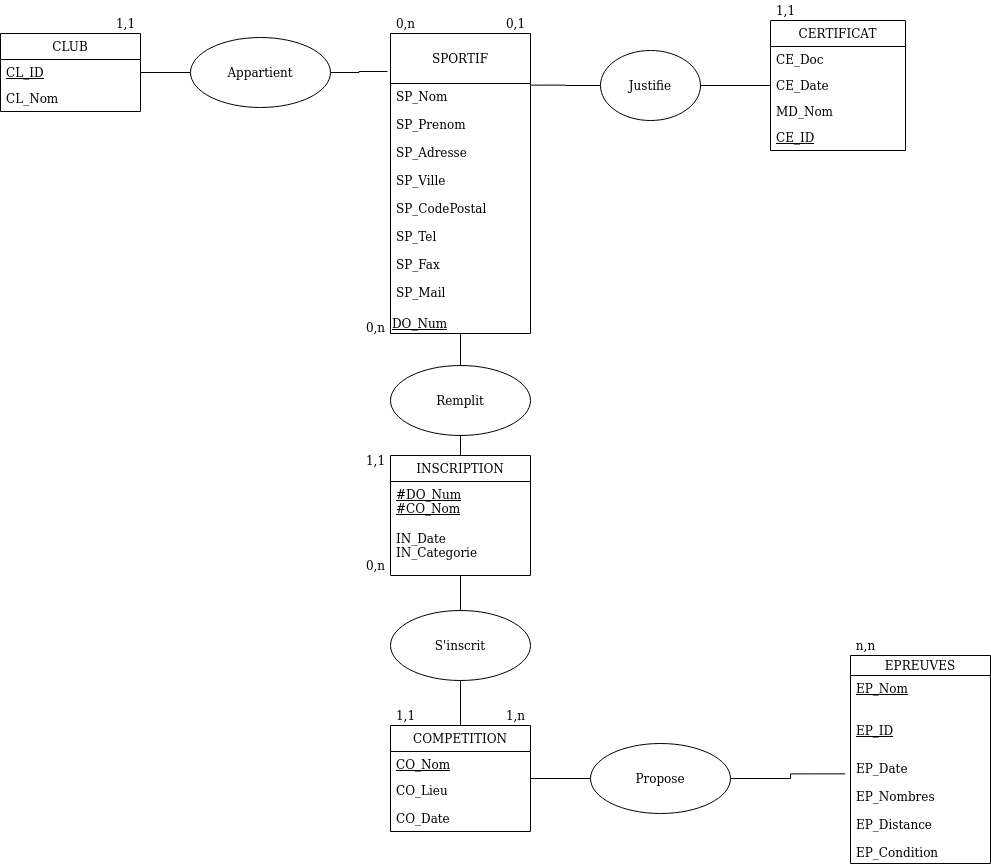
Earlier version of the draw.io export Exercice Federation de sport.png (cancianHadrien/SimplonExercice). Source tidied: cells renumbered, new cells last; positions are measured from the earlier drawing's top-left corner, leaving out a move shared by most shapes. Source of this version:
```xml
<mxGraphModel>
  <root>
    <mxCell id="0" />
    <mxCell id="1" parent="0" />
    <mxCell id="2" style="edgeStyle=orthogonalEdgeStyle;jettySize=auto;html=1;entryX=0.5;entryY=0;entryDx=0;entryDy=0;rounded=0;endArrow=none;endFill=0;" parent="1" edge="1" source="29" target="23">
      <mxGeometry relative="1" as="geometry" />
    </mxCell>
    <mxCell id="3" value="1,1" style="text;html=1;align=center;verticalAlign=middle;" parent="1" vertex="1">
      <mxGeometry x="110" y="13" width="30" height="20" as="geometry" />
    </mxCell>
    <mxCell id="4" value="0,n" style="text;html=1;align=center;verticalAlign=middle;" parent="1" vertex="1">
      <mxGeometry x="390" y="13" width="30" height="20" as="geometry" />
    </mxCell>
    <mxCell id="5" value="0,1" style="text;html=1;align=center;verticalAlign=middle;" parent="1" vertex="1">
      <mxGeometry x="500" y="13" width="30" height="20" as="geometry" />
    </mxCell>
    <mxCell id="6" value="1,1" style="text;html=1;align=center;verticalAlign=middle;" parent="1" vertex="1">
      <mxGeometry x="770" width="30" height="20" as="geometry" />
    </mxCell>
    <mxCell id="7" style="edgeStyle=orthogonalEdgeStyle;rounded=0;jettySize=auto;html=1;entryX=0.5;entryY=0;entryDx=0;entryDy=0;endArrow=none;endFill=0;strokeColor=#000000;" parent="1" edge="1" source="42" target="26">
      <mxGeometry relative="1" as="geometry" />
    </mxCell>
    <mxCell id="8" value="0,n" style="text;html=1;align=center;verticalAlign=middle;" parent="1" vertex="1">
      <mxGeometry x="360" y="317" width="30" height="20" as="geometry" />
    </mxCell>
    <mxCell id="9" value="1,1" style="text;html=1;align=center;verticalAlign=middle;" parent="1" vertex="1">
      <mxGeometry x="360" y="449.5" width="30" height="20" as="geometry" />
    </mxCell>
    <mxCell id="10" value="0,n" style="text;html=1;align=center;verticalAlign=middle;" parent="1" vertex="1">
      <mxGeometry x="360" y="555" width="30" height="20" as="geometry" />
    </mxCell>
    <mxCell id="11" value="1,1" style="text;html=1;align=center;verticalAlign=middle;" parent="1" vertex="1">
      <mxGeometry x="390" y="705" width="30" height="20" as="geometry" />
    </mxCell>
    <mxCell id="12" value="1,n" style="text;html=1;align=center;verticalAlign=middle;" parent="1" vertex="1">
      <mxGeometry x="500" y="705" width="30" height="20" as="geometry" />
    </mxCell>
    <mxCell id="13" value="n,n" style="text;html=1;align=center;verticalAlign=middle;" parent="1" vertex="1">
      <mxGeometry x="850" y="635" width="30" height="20" as="geometry" />
    </mxCell>
    <mxCell id="14" style="edgeStyle=orthogonalEdgeStyle;rounded=0;jettySize=auto;html=1;endArrow=none;endFill=0;strokeColor=#000000;" parent="1" edge="1" source="15">
      <mxGeometry relative="1" as="geometry">
        <mxPoint x="387" y="71" as="targetPoint" />
      </mxGeometry>
    </mxCell>
    <mxCell id="15" value="Appartient" style="ellipse;whiteSpace=wrap;html=1;" parent="1" vertex="1">
      <mxGeometry x="190" y="37" width="140" height="70" as="geometry" />
    </mxCell>
    <mxCell id="16" style="edgeStyle=orthogonalEdgeStyle;rounded=0;jettySize=auto;html=1;entryX=0;entryY=0.5;entryDx=0;entryDy=0;endArrow=none;endFill=0;strokeColor=#000000;" parent="1" edge="1" source="17" target="15">
      <mxGeometry relative="1" as="geometry" />
    </mxCell>
    <mxCell id="17" value="CLUB" style="swimlane;fontStyle=0;horizontal=1;startSize=26;fillColor=none;" parent="1" vertex="1">
      <mxGeometry y="33" width="140" height="78" as="geometry" />
    </mxCell>
    <mxCell id="18" style="edgeStyle=orthogonalEdgeStyle;rounded=0;jettySize=auto;html=1;exitX=1;exitY=0.5;exitDx=0;exitDy=0;entryX=1;entryY=0.5;entryDx=0;entryDy=0;endArrow=none;endFill=0;strokeColor=#000000;" parent="17" edge="1" source="19" target="17">
      <mxGeometry relative="1" as="geometry" />
    </mxCell>
    <mxCell id="19" value="CL_ID" style="text;strokeColor=none;fillColor=none;align=left;verticalAlign=top;spacingLeft=4;spacingRight=4;overflow=hidden;points=[[0,0.5],[1,0.5]];portConstraint=eastwest;fontStyle=4;" parent="17" vertex="1">
      <mxGeometry y="26" width="140" height="26" as="geometry" />
    </mxCell>
    <mxCell id="20" value="CL_Nom" style="text;strokeColor=none;fillColor=none;align=left;verticalAlign=top;spacingLeft=4;spacingRight=4;overflow=hidden;" parent="17" vertex="1">
      <mxGeometry y="52" width="140" height="26" as="geometry" />
    </mxCell>
    <mxCell id="21" style="edgeStyle=orthogonalEdgeStyle;rounded=0;jettySize=auto;html=1;entryX=1.005;entryY=0.007;entryDx=0;entryDy=0;entryPerimeter=0;endArrow=none;endFill=0;strokeColor=#000000;" parent="1" edge="1" source="22" target="36">
      <mxGeometry relative="1" as="geometry" />
    </mxCell>
    <mxCell id="22" value="Justifie" style="ellipse;whiteSpace=wrap;html=1;" parent="1" vertex="1">
      <mxGeometry x="600" y="50" width="100" height="70" as="geometry" />
    </mxCell>
    <mxCell id="23" value="INSCRIPTION" style="swimlane;fontStyle=0;horizontal=1;startSize=26;fillColor=none;" parent="1" vertex="1">
      <mxGeometry x="390" y="455" width="140" height="120" as="geometry" />
    </mxCell>
    <mxCell id="24" value="#DO_Num&#10;#CO_Nom" style="text;strokeColor=none;fillColor=none;align=left;verticalAlign=top;spacingLeft=4;spacingRight=4;overflow=hidden;fontStyle=4;" parent="23" vertex="1">
      <mxGeometry y="26" width="140" height="44" as="geometry" />
    </mxCell>
    <mxCell id="25" value="IN_Date&#10;IN_Categorie&#10;" style="text;strokeColor=none;fillColor=none;align=left;verticalAlign=top;spacingLeft=4;spacingRight=4;overflow=hidden;fontStyle=0;" parent="23" vertex="1">
      <mxGeometry y="70" width="140" height="50" as="geometry" />
    </mxCell>
    <mxCell id="26" value="COMPETITION" style="swimlane;fontStyle=0;horizontal=1;startSize=26;fillColor=none;" parent="1" vertex="1">
      <mxGeometry x="390" y="725" width="140" height="106" as="geometry" />
    </mxCell>
    <mxCell id="27" value="CO_Nom" style="text;strokeColor=none;fillColor=none;align=left;verticalAlign=top;spacingLeft=4;spacingRight=4;overflow=hidden;points=[[0,0.5],[1,0.5]];portConstraint=eastwest;fontStyle=4;" parent="26" vertex="1">
      <mxGeometry y="26" width="140" height="54" as="geometry" />
    </mxCell>
    <mxCell id="28" value="CO_Date" style="text;strokeColor=none;fillColor=none;align=left;verticalAlign=top;spacingLeft=4;spacingRight=4;overflow=hidden;fontStyle=0;" parent="26" vertex="1">
      <mxGeometry y="80" width="140" height="26" as="geometry" />
    </mxCell>
    <mxCell id="29" value="Remplit" style="ellipse;whiteSpace=wrap;html=1;" parent="1" vertex="1">
      <mxGeometry x="390" y="365" width="140" height="70" as="geometry" />
    </mxCell>
    <mxCell id="30" style="edgeStyle=orthogonalEdgeStyle;jettySize=auto;html=1;entryX=0.5;entryY=0;entryDx=0;entryDy=0;rounded=0;endArrow=none;endFill=0;" parent="1" edge="1" source="35" target="29">
      <mxGeometry relative="1" as="geometry" />
    </mxCell>
    <mxCell id="31" style="edgeStyle=orthogonalEdgeStyle;rounded=0;jettySize=auto;html=1;exitX=0;exitY=0.5;exitDx=0;exitDy=0;entryX=1;entryY=0.5;entryDx=0;entryDy=0;endArrow=none;endFill=0;strokeColor=#000000;" parent="1" edge="1" source="33" target="27">
      <mxGeometry relative="1" as="geometry" />
    </mxCell>
    <mxCell id="32" style="edgeStyle=orthogonalEdgeStyle;rounded=0;jettySize=auto;html=1;entryX=-0.038;entryY=0.17;entryDx=0;entryDy=0;entryPerimeter=0;endArrow=none;endFill=0;strokeColor=#000000;" parent="1" edge="1" source="33" target="41">
      <mxGeometry relative="1" as="geometry" />
    </mxCell>
    <mxCell id="33" value="Propose" style="ellipse;whiteSpace=wrap;html=1;" parent="1" vertex="1">
      <mxGeometry x="590" y="743" width="140" height="70" as="geometry" />
    </mxCell>
    <mxCell id="34" value="CO_Lieu" style="text;strokeColor=none;fillColor=none;align=left;verticalAlign=top;spacingLeft=4;spacingRight=4;overflow=hidden;fontStyle=0;" parent="1" vertex="1">
      <mxGeometry x="390" y="777" width="140" height="78" as="geometry" />
    </mxCell>
    <mxCell id="35" value="SPORTIF" style="swimlane;fontStyle=0;horizontal=1;startSize=50;fillColor=none;" parent="1" vertex="1">
      <mxGeometry x="390" y="33" width="140" height="300" as="geometry" />
    </mxCell>
    <mxCell id="36" value="SP_Nom&#10;&#10;SP_Prenom&#10;&#10;SP_Adresse&#10;&#10;SP_Ville&#10;&#10;SP_CodePostal&#10;&#10;SP_Tel&#10;&#10;SP_Fax&#10;&#10;SP_Mail" style="text;strokeColor=none;fillColor=none;align=left;verticalAlign=top;spacingLeft=4;spacingRight=4;overflow=hidden;points=[[0,0.5],[1,0.5]];portConstraint=eastwest;" parent="35" vertex="1">
      <mxGeometry y="50" width="140" height="230" as="geometry" />
    </mxCell>
    <mxCell id="37" value="&lt;div align=&quot;left&quot;&gt;&lt;u&gt;DO_Num&lt;/u&gt;&lt;/div&gt;" style="text;html=1;align=left;verticalAlign=middle;" parent="35" vertex="1">
      <mxGeometry y="280" width="140" height="20" as="geometry" />
    </mxCell>
    <mxCell id="38" style="edgeStyle=orthogonalEdgeStyle;rounded=0;jettySize=auto;html=1;entryX=1;entryY=0.5;entryDx=0;entryDy=0;endArrow=none;endFill=0;strokeColor=#000000;" parent="1" edge="1" source="44" target="22">
      <mxGeometry relative="1" as="geometry" />
    </mxCell>
    <mxCell id="39" value="EPREUVES" style="swimlane;fontStyle=0;horizontal=1;startSize=20;fillColor=none;" parent="1" vertex="1">
      <mxGeometry x="850" y="655" width="140" height="208" as="geometry" />
    </mxCell>
    <mxCell id="40" value="EP_Nom&#10;&#10;&#10;EP_ID&#10;" style="text;strokeColor=none;fillColor=none;align=left;verticalAlign=top;spacingLeft=4;spacingRight=4;overflow=hidden;fontStyle=4;" parent="39" vertex="1">
      <mxGeometry y="20" width="140" height="80" as="geometry" />
    </mxCell>
    <mxCell id="41" value="EP_Date&#10;&#10;EP_Nombres&#10;&#10;EP_Distance&#10;&#10;EP_Condition&#10;" style="text;strokeColor=none;fillColor=none;align=left;verticalAlign=top;spacingLeft=4;spacingRight=4;overflow=hidden;points=[[0,0.5],[1,0.5]];portConstraint=eastwest;" parent="39" vertex="1">
      <mxGeometry y="100" width="140" height="108" as="geometry" />
    </mxCell>
    <mxCell id="42" value="S'inscrit" style="ellipse;whiteSpace=wrap;html=1;" parent="1" vertex="1">
      <mxGeometry x="390" y="610" width="140" height="70" as="geometry" />
    </mxCell>
    <mxCell id="43" style="edgeStyle=orthogonalEdgeStyle;rounded=0;jettySize=auto;html=1;entryX=0.5;entryY=0;entryDx=0;entryDy=0;endArrow=none;endFill=0;strokeColor=#000000;" parent="1" edge="1" source="23" target="42">
      <mxGeometry relative="1" as="geometry" />
    </mxCell>
    <mxCell id="44" value="CERTIFICAT" style="swimlane;fontStyle=0;horizontal=1;startSize=26;fillColor=none;" parent="1" vertex="1">
      <mxGeometry x="770" y="20" width="135" height="130" as="geometry" />
    </mxCell>
    <mxCell id="45" value="CE_Doc" style="text;strokeColor=none;fillColor=none;align=left;verticalAlign=top;spacingLeft=4;spacingRight=4;overflow=hidden;" parent="44" vertex="1">
      <mxGeometry y="26" width="135" height="26" as="geometry" />
    </mxCell>
    <mxCell id="46" value="CE_Date" style="text;strokeColor=none;fillColor=none;align=left;verticalAlign=top;spacingLeft=4;spacingRight=4;overflow=hidden;" parent="44" vertex="1">
      <mxGeometry y="52" width="135" height="26" as="geometry" />
    </mxCell>
    <mxCell id="47" value="MD_Nom" style="text;strokeColor=none;fillColor=none;align=left;verticalAlign=top;spacingLeft=4;spacingRight=4;overflow=hidden;" parent="44" vertex="1">
      <mxGeometry y="78" width="135" height="26" as="geometry" />
    </mxCell>
    <mxCell id="48" value="CE_ID" style="text;strokeColor=none;fillColor=none;align=left;verticalAlign=top;spacingLeft=4;spacingRight=4;overflow=hidden;fontStyle=4;" parent="44" vertex="1">
      <mxGeometry y="104" width="135" height="26" as="geometry" />
    </mxCell>
  </root>
</mxGraphModel>
```
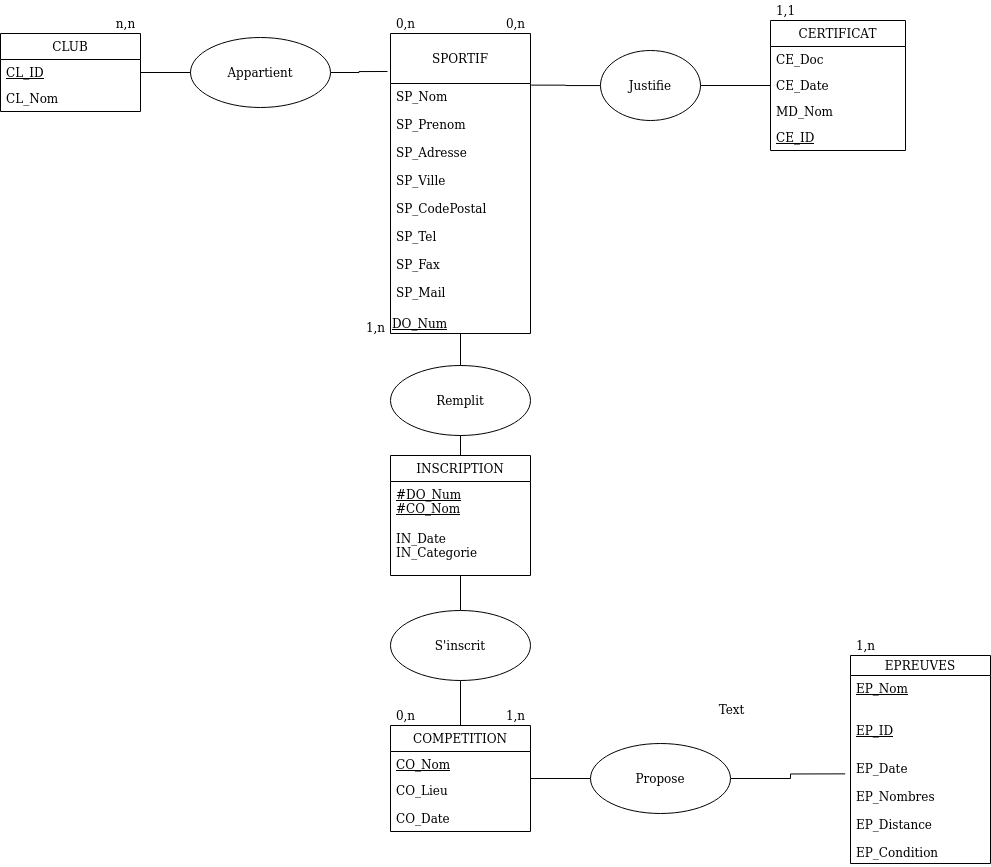
Above is the later version.

Commit message:
new push Exercice federation

Change to the diagram source:
```diff
@@ -5,13 +5,13 @@
     <mxCell id="2" style="edgeStyle=orthogonalEdgeStyle;jettySize=auto;html=1;entryX=0.5;entryY=0;entryDx=0;entryDy=0;rounded=0;endArrow=none;endFill=0;" parent="1" edge="1" source="29" target="23">
       <mxGeometry relative="1" as="geometry" />
     </mxCell>
-    <mxCell id="3" value="1,1" style="text;html=1;align=center;verticalAlign=middle;" parent="1" vertex="1">
+    <mxCell id="3" value="n,n" style="text;html=1;align=center;verticalAlign=middle;" parent="1" vertex="1">
       <mxGeometry x="110" y="13" width="30" height="20" as="geometry" />
     </mxCell>
     <mxCell id="4" value="0,n" style="text;html=1;align=center;verticalAlign=middle;" parent="1" vertex="1">
       <mxGeometry x="390" y="13" width="30" height="20" as="geometry" />
     </mxCell>
-    <mxCell id="5" value="0,1" style="text;html=1;align=center;verticalAlign=middle;" parent="1" vertex="1">
+    <mxCell id="5" value="0,n" style="text;html=1;align=center;verticalAlign=middle;" parent="1" vertex="1">
       <mxGeometry x="500" y="13" width="30" height="20" as="geometry" />
     </mxCell>
     <mxCell id="6" value="1,1" style="text;html=1;align=center;verticalAlign=middle;" parent="1" vertex="1">
@@ -20,22 +20,16 @@
     <mxCell id="7" style="edgeStyle=orthogonalEdgeStyle;rounded=0;jettySize=auto;html=1;entryX=0.5;entryY=0;entryDx=0;entryDy=0;endArrow=none;endFill=0;strokeColor=#000000;" parent="1" edge="1" source="42" target="26">
       <mxGeometry relative="1" as="geometry" />
     </mxCell>
-    <mxCell id="8" value="0,n" style="text;html=1;align=center;verticalAlign=middle;" parent="1" vertex="1">
+    <mxCell id="8" value="1,n" style="text;html=1;align=center;verticalAlign=middle;" parent="1" vertex="1">
       <mxGeometry x="360" y="317" width="30" height="20" as="geometry" />
     </mxCell>
-    <mxCell id="9" value="1,1" style="text;html=1;align=center;verticalAlign=middle;" parent="1" vertex="1">
-      <mxGeometry x="360" y="449.5" width="30" height="20" as="geometry" />
-    </mxCell>
-    <mxCell id="10" value="0,n" style="text;html=1;align=center;verticalAlign=middle;" parent="1" vertex="1">
-      <mxGeometry x="360" y="555" width="30" height="20" as="geometry" />
-    </mxCell>
-    <mxCell id="11" value="1,1" style="text;html=1;align=center;verticalAlign=middle;" parent="1" vertex="1">
+    <mxCell id="11" value="0,n" style="text;html=1;align=center;verticalAlign=middle;" parent="1" vertex="1">
       <mxGeometry x="390" y="705" width="30" height="20" as="geometry" />
     </mxCell>
     <mxCell id="12" value="1,n" style="text;html=1;align=center;verticalAlign=middle;" parent="1" vertex="1">
       <mxGeometry x="500" y="705" width="30" height="20" as="geometry" />
     </mxCell>
-    <mxCell id="13" value="n,n" style="text;html=1;align=center;verticalAlign=middle;" parent="1" vertex="1">
+    <mxCell id="13" value="1,n" style="text;html=1;align=center;verticalAlign=middle;" parent="1" vertex="1">
       <mxGeometry x="850" y="635" width="30" height="20" as="geometry" />
     </mxCell>
     <mxCell id="14" style="edgeStyle=orthogonalEdgeStyle;rounded=0;jettySize=auto;html=1;endArrow=none;endFill=0;strokeColor=#000000;" parent="1" edge="1" source="15">
@@ -145,5 +139,8 @@
     <mxCell id="48" value="CE_ID" style="text;strokeColor=none;fillColor=none;align=left;verticalAlign=top;spacingLeft=4;spacingRight=4;overflow=hidden;fontStyle=4;" parent="44" vertex="1">
       <mxGeometry y="104" width="135" height="26" as="geometry" />
     </mxCell>
+    <mxCell id="49" value="Text" style="text;html=1;align=center;verticalAlign=middle;" parent="1" vertex="1">
+      <mxGeometry x="711" y="699" width="40" height="20" as="geometry" />
+    </mxCell>
   </root>
 </mxGraphModel>
```
